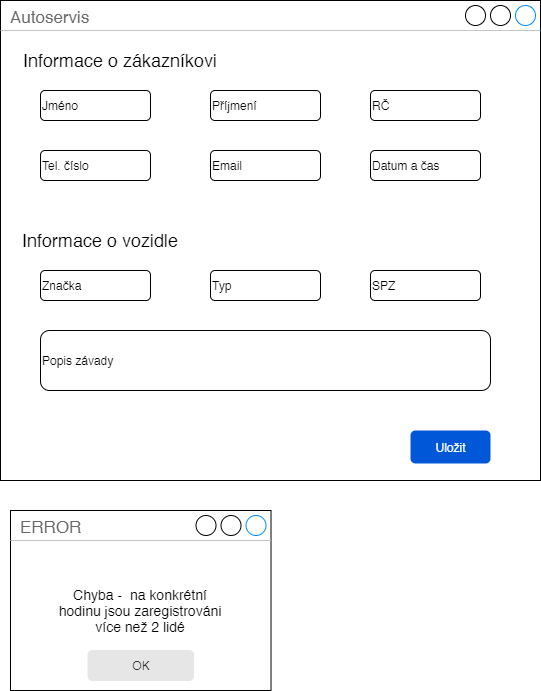
Earlier version of the draw.io export wireframe.png (sidd-1337/SWI-Project1). Source tidied: cells renumbered, new cells last; positions are measured from the earlier drawing's top-left corner, leaving out a move shared by most shapes.
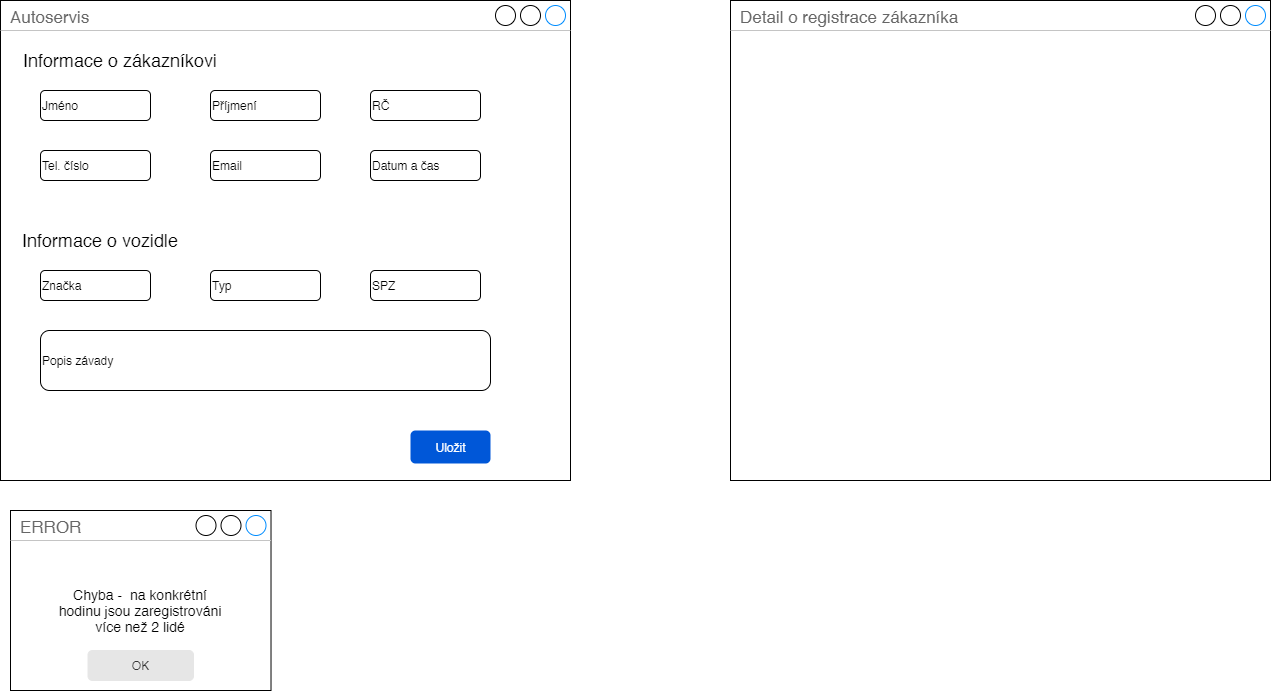
After the change.

Diff of the diagram source:
```diff
@@ -3,7 +3,7 @@
     <mxCell id="0" />
     <mxCell id="1" parent="0" />
     <mxCell id="2" value="Autoservis" style="strokeWidth=1;shadow=0;dashed=0;align=center;html=1;shape=mxgraph.mockup.containers.window;align=left;verticalAlign=top;spacingLeft=8;strokeColor2=#008cff;strokeColor3=#c4c4c4;fontColor=#666666;mainText=;fontSize=17;labelBackgroundColor=none;" parent="1" vertex="1">
-      <mxGeometry width="540" height="480" as="geometry" />
+      <mxGeometry width="570" height="480" as="geometry" />
     </mxCell>
     <mxCell id="3" value="Jméno" style="rounded=1;whiteSpace=wrap;html=1;align=left;" parent="1" vertex="1">
       <mxGeometry x="40" y="90" width="110" height="30" as="geometry" />
@@ -53,5 +53,8 @@
     <mxCell id="18" value="&lt;font style=&quot;font-size: 12px&quot;&gt;OK&lt;/font&gt;" style="rounded=1;html=1;shadow=0;dashed=0;whiteSpace=wrap;fontSize=10;fillColor=#E6E6E6;align=center;strokeColor=#E6E6E6;fontColor=#333333;" parent="1" vertex="1">
       <mxGeometry x="87.5" y="650" width="105.5" height="30" as="geometry" />
     </mxCell>
+    <mxCell id="19" value="Detail o registrace zákazníka" style="strokeWidth=1;shadow=0;dashed=0;align=center;html=1;shape=mxgraph.mockup.containers.window;align=left;verticalAlign=top;spacingLeft=8;strokeColor2=#008cff;strokeColor3=#c4c4c4;fontColor=#666666;mainText=;fontSize=17;labelBackgroundColor=none;" parent="1" vertex="1">
+      <mxGeometry x="730" width="540" height="480" as="geometry" />
+    </mxCell>
   </root>
 </mxGraphModel>
```
